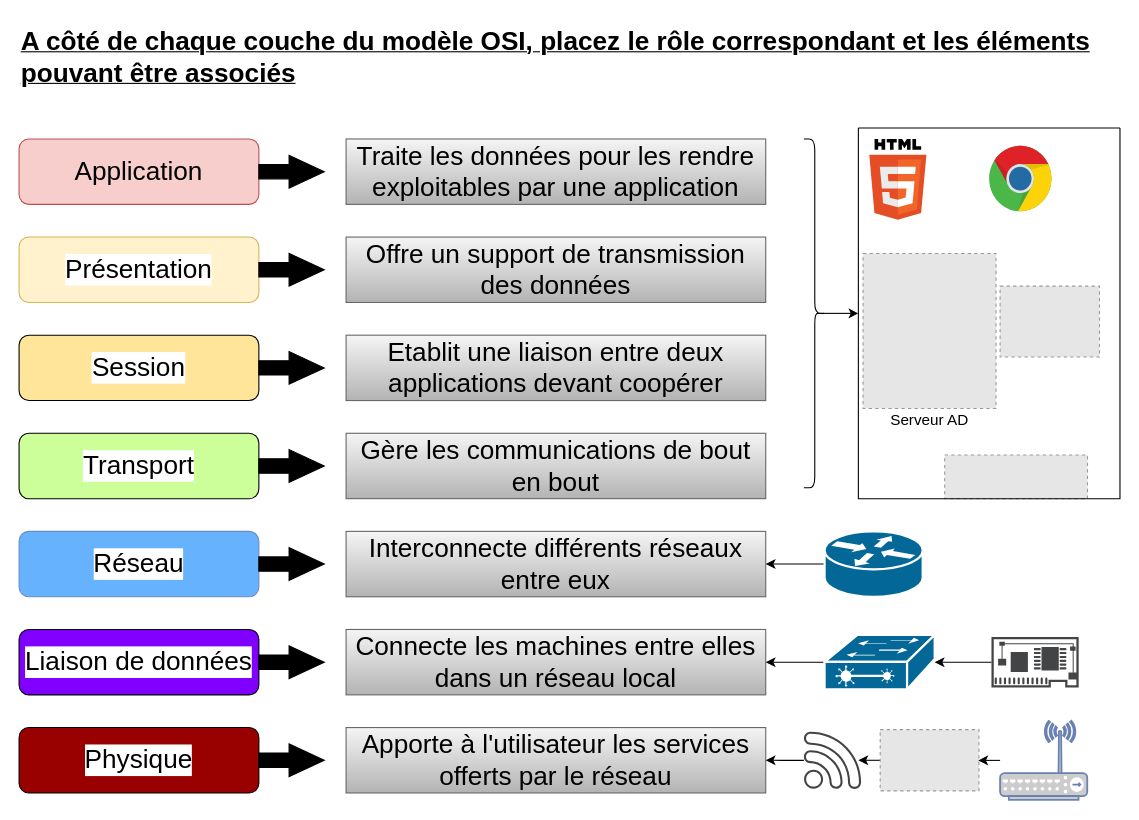
Above: Templates_iso.drawio in Emusimbwa/Etsha-Musimbwa (draw.io), before the change. Source tidied: cells renumbered, new cells numbered last; positions are measured from the earlier drawing's top-left corner, leaving out a move shared by most shapes. Both pictures are drawn from the tidied source at 109%, with x=0, y=0 at pixel (19, 19). Pictures stored in the file or linked from it are replaced by grey dashed boxes.
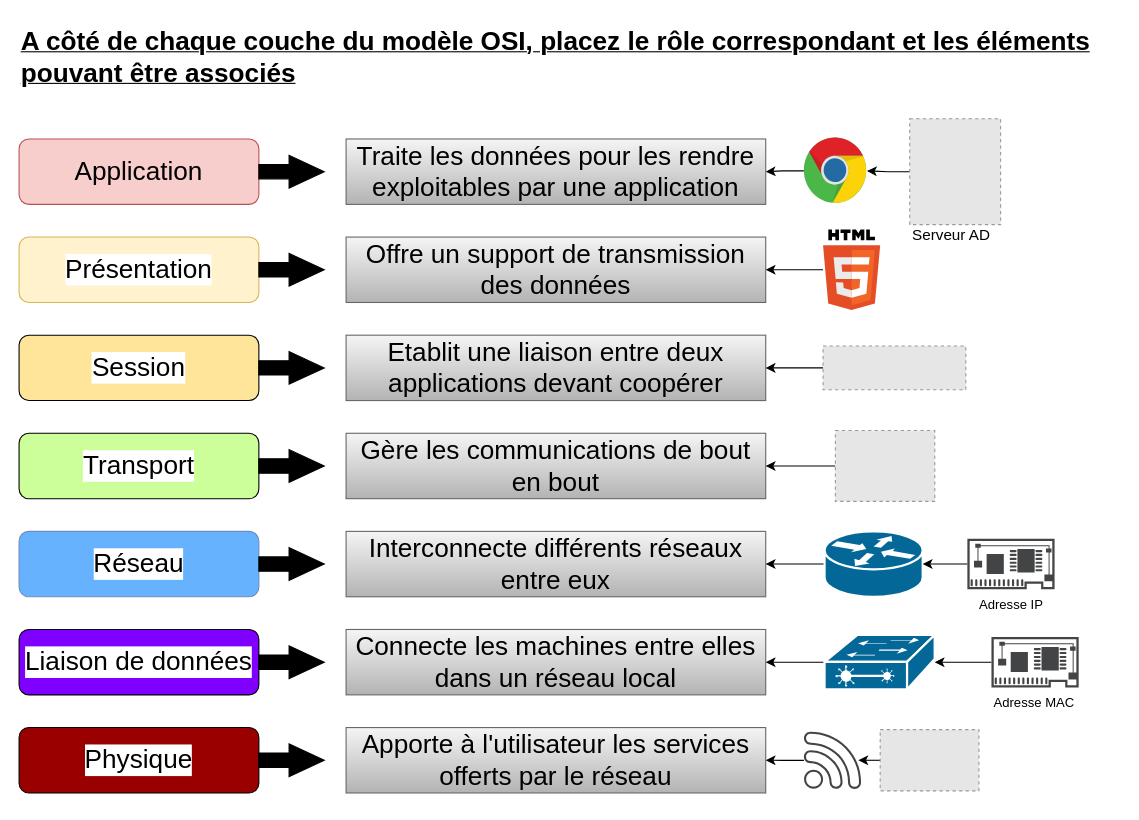
Above is the later version.

Commit message:
Mettre à jour Templates_iso.drawio

Unchanged cells that the change refers to:
```xml
<mxCell id="20" value="Gère les communications de bout en bout" style="whiteSpace=wrap;html=1;labelBackgroundColor=none;strokeColor=#666666;fontSize=24;fillColor=#f5f5f5;gradientColor=#b3b3b3;" parent="1" vertex="1">
  <mxGeometry x="300" y="380" width="385" height="60" as="geometry" />
</mxCell>
<mxCell id="21" value="Etablit une liaison entre deux applications devant coopérer" style="whiteSpace=wrap;html=1;labelBackgroundColor=none;strokeColor=#666666;fontSize=24;fillColor=#f5f5f5;gradientColor=#b3b3b3;" parent="1" vertex="1">
  <mxGeometry x="300" y="290" width="385" height="60" as="geometry" />
</mxCell>
<mxCell id="22" value="Offre un support de transmission des données" style="whiteSpace=wrap;html=1;labelBackgroundColor=none;strokeColor=#666666;fontSize=24;fillColor=#f5f5f5;gradientColor=#b3b3b3;" parent="1" vertex="1">
  <mxGeometry x="300" y="200" width="385" height="60" as="geometry" />
</mxCell>
<mxCell id="23" value="Traite les données pour les rendre exploitables par une application" style="whiteSpace=wrap;html=1;labelBackgroundColor=none;strokeColor=#666666;fontSize=24;fillColor=#f5f5f5;gradientColor=#b3b3b3;" parent="1" vertex="1">
  <mxGeometry x="300" y="110" width="385" height="60" as="geometry" />
</mxCell>
<mxCell id="25" style="shape=mxgraph.cisco.routers.router;sketch=0;html=1;dashed=0;fillColor=#036897;strokeColor=#ffffff;strokeWidth=2;verticalLabelPosition=bottom;verticalAlign=top;align=center;outlineConnect=0;labelBackgroundColor=none;fontSize=24;fontColor=#000000;" parent="1" vertex="1">
  <mxGeometry x="739" y="470" width="90" height="60" as="geometry" />
</mxCell>
<mxCell id="33" style="fillColor=#E6E6E6;strokeColor=#999999;dashed=1;verticalLabelPosition=bottom;verticalAlign=top;labelBackgroundColor=none;fontSize=24;fontColor=#000000;" parent="1" vertex="1">
  <mxGeometry x="790" y="651.9" width="90.6" height="56.2" as="geometry" />
</mxCell>
```

Diff of the diagram source:
```diff
@@
-    <mxCell id="34" style="edgeStyle=orthogonalEdgeStyle;rounded=0;jettySize=auto;html=1;fontSize=24;fontColor=#000000;" parent="1" edge="1" source="35" target="33">
-      <mxGeometry relative="1" as="geometry" />
-    </mxCell>
-    <mxCell id="35" style="fontColor=#0066CC;verticalAlign=top;verticalLabelPosition=bottom;labelPosition=center;align=center;html=1;outlineConnect=0;fillColor=#CCCCCC;strokeColor=#6881B3;gradientColor=none;gradientDirection=north;strokeWidth=2;shape=mxgraph.networks.wireless_hub;labelBackgroundColor=none;fontSize=24;" parent="1" vertex="1">
-      <mxGeometry x="900" y="643.8" width="80" height="72.5" as="geometry" />
-    </mxCell>
-    <mxCell id="36" style="edgeStyle=orthogonalEdgeStyle;rounded=0;jettySize=auto;html=1;exitX=0.1;exitY=0.5;exitDx=0;exitDy=0;exitPerimeter=0;fontSize=24;fontColor=#000000;entryX=0;entryY=0.5;entryDx=0;entryDy=0;" parent="1" edge="1" source="37" target="40">
-      <mxGeometry relative="1" as="geometry" />
-    </mxCell>
-    <mxCell id="37" style="shape=curlyBracket;whiteSpace=wrap;html=1;rounded=1;flipH=1;labelPosition=right;verticalLabelPosition=middle;align=left;verticalAlign=middle;labelBackgroundColor=none;strokeColor=default;fontSize=24;fontColor=#000000;fillColor=#990000;" parent="1" vertex="1">
-      <mxGeometry x="720" y="110" width="20" height="320" as="geometry" />
-    </mxCell>
+    <mxCell id="45" style="edgeStyle=orthogonalEdgeStyle;rounded=0;jettySize=auto;html=1;" parent="1" edge="1" source="38" target="22">
+      <mxGeometry relative="1" as="geometry" />
+    </mxCell>
     <mxCell id="38" style="dashed=0;outlineConnect=0;html=1;align=center;labelPosition=center;verticalLabelPosition=bottom;verticalAlign=top;shape=mxgraph.weblogos.html5;labelBackgroundColor=none;strokeColor=default;fontSize=24;fontColor=#000000;fillColor=#990000;" parent="1" vertex="1">
-      <mxGeometry x="780" y="110" width="52.4" height="74" as="geometry" />
+      <mxGeometry x="737.6" y="193" width="52.4" height="74" as="geometry" />
     </mxCell>
+    <mxCell id="46" style="edgeStyle=orthogonalEdgeStyle;rounded=0;jettySize=auto;html=1;" parent="1" edge="1" source="39" target="21">
+      <mxGeometry relative="1" as="geometry" />
+    </mxCell>
     <mxCell id="39" style="fillColor=#E6E6E6;strokeColor=#999999;dashed=1;verticalLabelPosition=bottom;verticalAlign=top;labelBackgroundColor=none;fontSize=24;fontColor=#000000;" parent="1" vertex="1">
-      <mxGeometry x="849.2" y="400" width="131" height="40" as="geometry" />
+      <mxGeometry x="737.6" y="300" width="131" height="40" as="geometry" />
     </mxCell>
-    <mxCell id="40" style="swimlane;startSize=0;labelBackgroundColor=none;strokeColor=default;fontSize=14;fontColor=#000000;fillColor=#990000;" parent="1" vertex="1">
-      <mxGeometry x="770" y="100" width="240" height="340" as="geometry" />
-    </mxCell>
-    <mxCell id="41" style="fillColor=#E6E6E6;strokeColor=#999999;dashed=1;verticalLabelPosition=bottom;verticalAlign=top;labelBackgroundColor=none;fontSize=24;fontColor=#000000;" parent="40" vertex="1">
-      <mxGeometry x="130" y="145" width="91.2" height="65" as="geometry" />
-    </mxCell>
+    <mxCell id="47" style="edgeStyle=orthogonalEdgeStyle;rounded=0;jettySize=auto;html=1;" parent="1" edge="1" source="42" target="44">
+      <mxGeometry relative="1" as="geometry" />
+    </mxCell>
-    <mxCell id="42" style="fillColor=#E6E6E6;strokeColor=#999999;dashed=1;verticalLabelPosition=bottom;verticalAlign=top;labelBackgroundColor=none;fontSize=24;fontColor=#000000;" parent="40" vertex="1">
-      <mxGeometry x="4.3" y="115" width="122" height="142.2" as="geometry" />
+    <mxCell id="42" style="fillColor=#E6E6E6;strokeColor=#999999;dashed=1;verticalLabelPosition=bottom;verticalAlign=top;labelBackgroundColor=none;fontSize=24;fontColor=#000000;" parent="1" vertex="1">
+      <mxGeometry x="817.1" y="91.4" width="83.4" height="97.2" as="geometry" />
     </mxCell>
-    <mxCell id="43" value="&lt;font style=&quot;font-size: 14px;&quot;&gt;Serveur AD&lt;/font&gt;" style="text;strokeColor=none;align=center;fillColor=none;html=1;verticalAlign=middle;whiteSpace=wrap;rounded=0;fontSize=24;fontColor=#000000;" parent="40" vertex="1">
-      <mxGeometry x="26.9" y="250" width="76.7" height="30" as="geometry" />
+    <mxCell id="43" value="&lt;font style=&quot;font-size: 14px;&quot;&gt;Serveur AD&lt;/font&gt;" style="text;strokeColor=none;align=center;fillColor=none;html=1;verticalAlign=middle;whiteSpace=wrap;rounded=0;fontSize=24;fontColor=#000000;" parent="1" vertex="1">
+      <mxGeometry x="817.1" y="180" width="76.7" height="30" as="geometry" />
     </mxCell>
+    <mxCell id="48" style="edgeStyle=orthogonalEdgeStyle;rounded=0;jettySize=auto;html=1;" parent="1" edge="1" source="44" target="23">
+      <mxGeometry relative="1" as="geometry" />
+    </mxCell>
-    <mxCell id="44" style="dashed=0;outlineConnect=0;html=1;align=center;labelPosition=center;verticalLabelPosition=bottom;verticalAlign=top;shape=mxgraph.weblogos.chrome;labelBackgroundColor=none;strokeColor=default;fontSize=24;fontColor=#000000;fillColor=#990000;" parent="40" vertex="1">
-      <mxGeometry x="120" y="16.3" width="57.9" height="61.4" as="geometry" />
+    <mxCell id="44" style="dashed=0;outlineConnect=0;html=1;align=center;labelPosition=center;verticalLabelPosition=bottom;verticalAlign=top;shape=mxgraph.weblogos.chrome;labelBackgroundColor=none;strokeColor=default;fontSize=24;fontColor=#000000;fillColor=#990000;" parent="1" vertex="1">
+      <mxGeometry x="720" y="108.6" width="57.9" height="61.4" as="geometry" />
     </mxCell>
+    <mxCell id="49" style="edgeStyle=orthogonalEdgeStyle;rounded=0;jettySize=auto;html=1;" parent="1" edge="1" source="41" target="20">
+      <mxGeometry relative="1" as="geometry" />
+    </mxCell>
+    <mxCell id="41" style="fillColor=#E6E6E6;strokeColor=#999999;dashed=1;verticalLabelPosition=bottom;verticalAlign=top;labelBackgroundColor=none;fontSize=24;fontColor=#000000;" parent="1" vertex="1">
+      <mxGeometry x="748.9" y="377.5" width="91.2" height="65" as="geometry" />
+    </mxCell>
+    <mxCell id="50" value="Adresse MAC" style="text;html=1;align=center;verticalAlign=middle;strokeColor=none;fillColor=none;" parent="1" vertex="1">
+      <mxGeometry x="880.6" y="613.2" width="100" height="30" as="geometry" />
+    </mxCell>
+    <mxCell id="51" style="edgeStyle=orthogonalEdgeStyle;rounded=0;jettySize=auto;html=1;" parent="1" edge="1" source="52" target="25">
+      <mxGeometry relative="1" as="geometry" />
+    </mxCell>
+    <mxCell id="52" style="sketch=0;shadow=0;dashed=0;html=1;strokeColor=none;fillColor=#434445;labelPosition=center;verticalLabelPosition=bottom;verticalAlign=top;align=center;outlineConnect=0;shape=mxgraph.vvd.physical_network_adapter;labelBackgroundColor=none;fontSize=24;fontColor=#000000;" parent="1" vertex="1">
+      <mxGeometry x="870" y="476.8" width="80" height="46.4" as="geometry" />
+    </mxCell>
+    <mxCell id="53" value="Adresse IP" style="text;html=1;align=center;verticalAlign=middle;strokeColor=none;fillColor=none;" parent="1" vertex="1">
+      <mxGeometry x="870" y="523.2" width="80" height="30" as="geometry" />
+    </mxCell>
```
